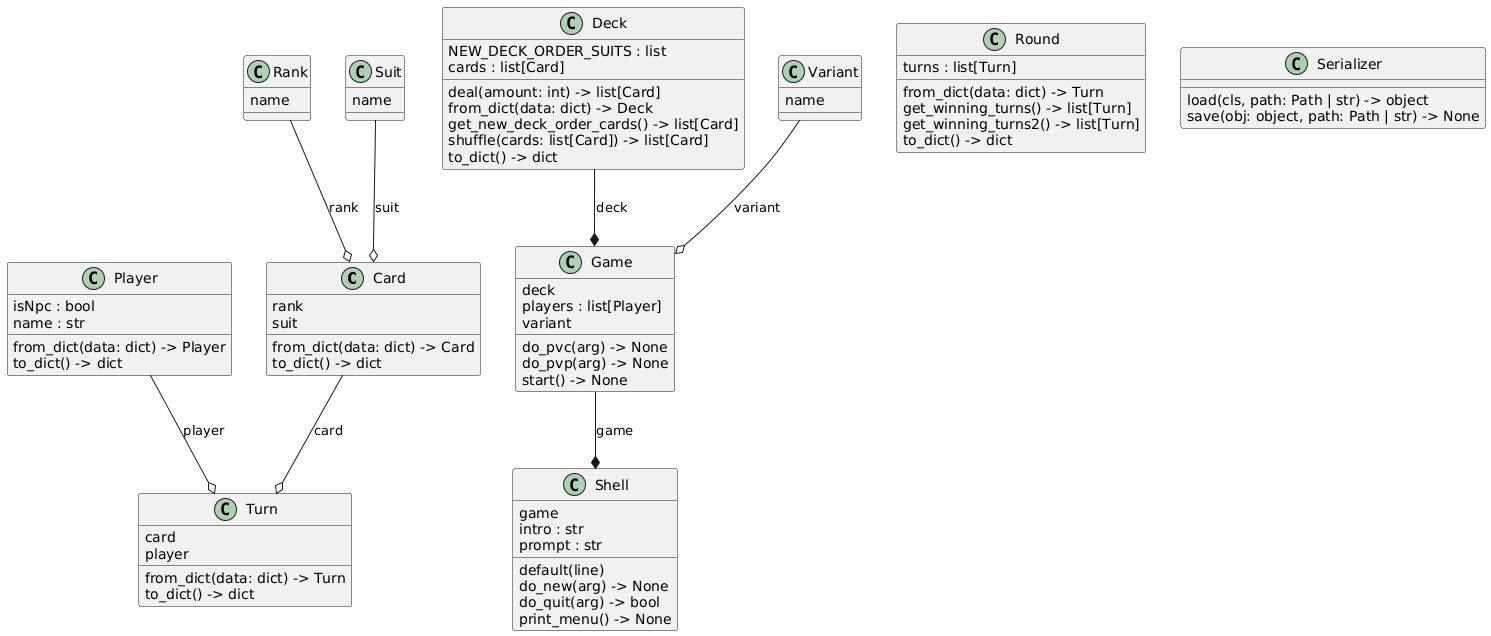
Before: docs/uml/png/classes_war.png, a diagram exported from PlantUML (b3h3m0th/war).
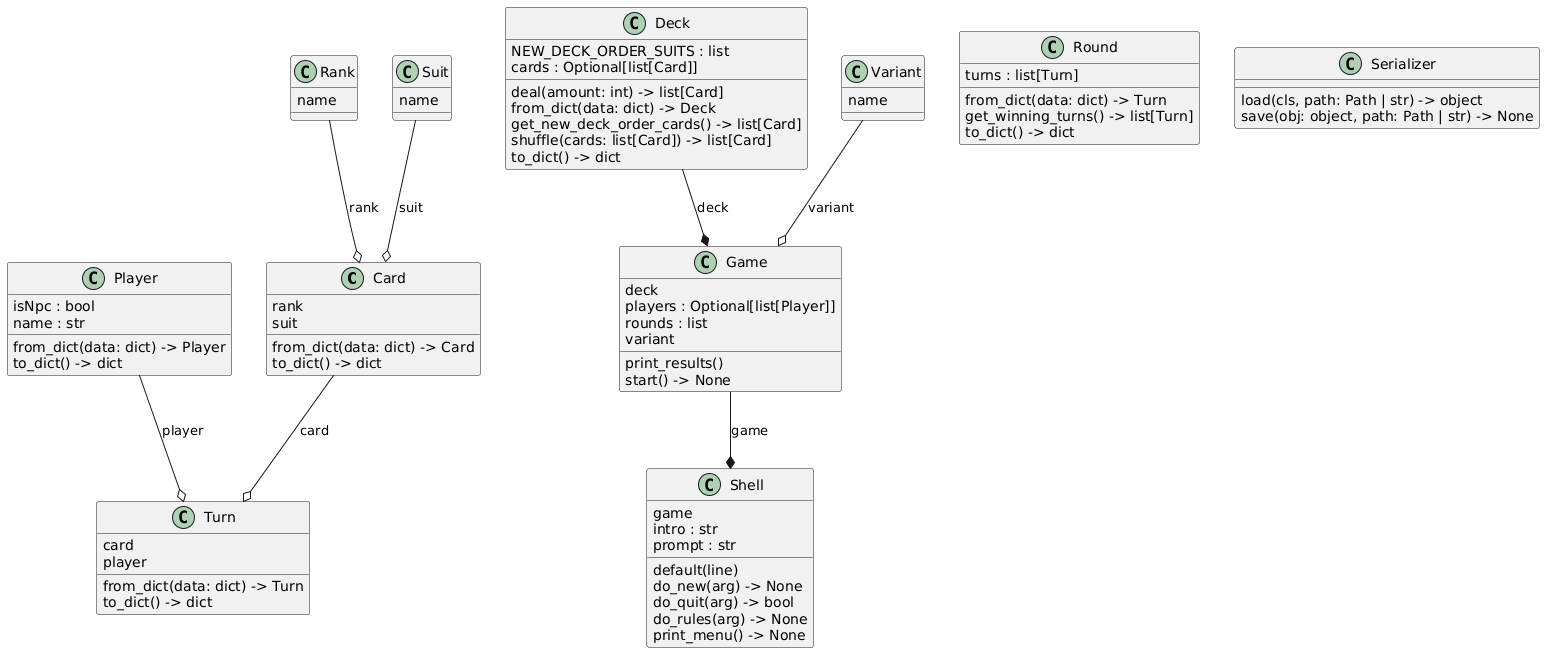
Above is the later version.

Change to the diagram source:
```diff
@@ -8,7 +8,7 @@
 }
 class "Deck" as models.deck.Deck {
   NEW_DECK_ORDER_SUITS : list
-  cards : list[Card]
+  cards : Optional[list[Card]]
   deal(amount: int) -> list[Card]
   from_dict(data: dict) -> Deck
   get_new_deck_order_cards() -> list[Card]
@@ -17,10 +17,10 @@
 }
 class "Game" as models.game.Game {
   deck
-  players : list[Player]
+  players : Optional[list[Player]]
+  rounds : list
   variant
-  do_pvc(arg) -> None
-  do_pvp(arg) -> None
+  print_results()
   start() -> None
 }
 class "Player" as models.player.Player {
@@ -36,7 +36,6 @@
   turns : list[Turn]
   from_dict(data: dict) -> Turn
   get_winning_turns() -> list[Turn]
-  get_winning_turns2() -> list[Turn]
   to_dict() -> dict
 }
 class "Serializer" as utils.serializer.Serializer {
@@ -50,6 +49,7 @@
   default(line)
   do_new(arg) -> None
   do_quit(arg) -> bool
+  do_rules(arg) -> None
   print_menu() -> None
 }
 class "Suit" as enums.suit.Suit {
```
